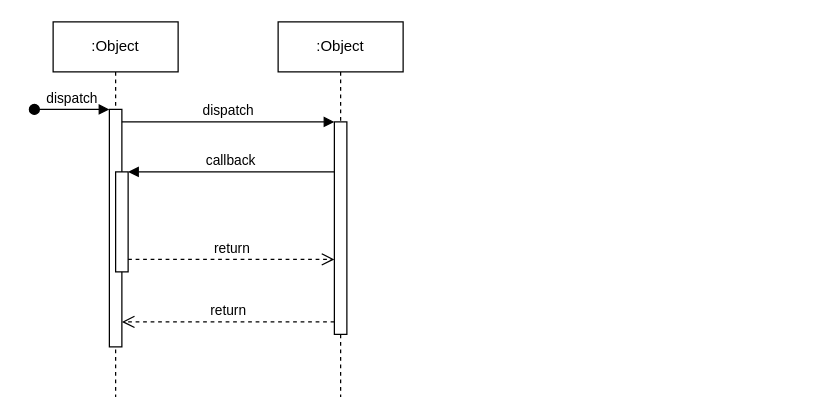
This is Diagrama sem nome.drawio from LizReis/Plataforma-Distribuida-SI, a draw.io file, before an edit. Source tidied: cells renumbered, new cells numbered last; positions are measured from the earlier drawing's top-left corner, leaving out a move shared by most shapes. Both pictures are drawn from the tidied source at 125%, with x=0, y=0 at pixel (34, 21).
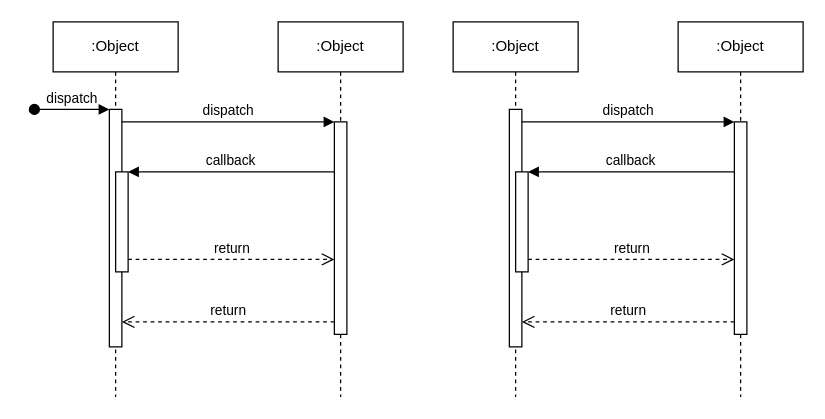
After the change.

The edit, as a diff of the source:
```diff
@@
+    <mxCell id="12" value=":Object" style="shape=umlLifeline;perimeter=lifelinePerimeter;whiteSpace=wrap;html=1;newEdgeStyle={&quot;edgeStyle&quot;:&quot;elbowEdgeStyle&quot;,&quot;elbow&quot;:&quot;vertical&quot;,&quot;curved&quot;:0,&quot;rounded&quot;:0};" parent="1" vertex="1">
+      <mxGeometry x="335" width="100" height="300" as="geometry" />
+    </mxCell>
+    <mxCell id="13" style="html=1;points=[];perimeter=orthogonalPerimeter;outlineConnect=0;targetShapes=umlLifeline;portConstraint=eastwest;newEdgeStyle={&quot;edgeStyle&quot;:&quot;elbowEdgeStyle&quot;,&quot;elbow&quot;:&quot;vertical&quot;,&quot;curved&quot;:0,&quot;rounded&quot;:0};" parent="12" vertex="1">
+      <mxGeometry x="45" y="70" width="10" height="190" as="geometry" />
+    </mxCell>
+    <mxCell id="14" style="html=1;points=[];perimeter=orthogonalPerimeter;outlineConnect=0;targetShapes=umlLifeline;portConstraint=eastwest;newEdgeStyle={&quot;edgeStyle&quot;:&quot;elbowEdgeStyle&quot;,&quot;elbow&quot;:&quot;vertical&quot;,&quot;curved&quot;:0,&quot;rounded&quot;:0};" parent="12" vertex="1">
+      <mxGeometry x="50" y="120" width="10" height="80" as="geometry" />
+    </mxCell>
+    <mxCell id="15" value=":Object" style="shape=umlLifeline;perimeter=lifelinePerimeter;whiteSpace=wrap;html=1;newEdgeStyle={&quot;edgeStyle&quot;:&quot;elbowEdgeStyle&quot;,&quot;elbow&quot;:&quot;vertical&quot;,&quot;curved&quot;:0,&quot;rounded&quot;:0};" parent="1" vertex="1">
+      <mxGeometry x="515" width="100" height="300" as="geometry" />
+    </mxCell>
+    <mxCell id="16" style="html=1;points=[];perimeter=orthogonalPerimeter;outlineConnect=0;targetShapes=umlLifeline;portConstraint=eastwest;newEdgeStyle={&quot;edgeStyle&quot;:&quot;elbowEdgeStyle&quot;,&quot;elbow&quot;:&quot;vertical&quot;,&quot;curved&quot;:0,&quot;rounded&quot;:0};" parent="15" vertex="1">
+      <mxGeometry x="45" y="80" width="10" height="170" as="geometry" />
+    </mxCell>
+    <mxCell id="17" value="dispatch" style="html=1;verticalAlign=bottom;endArrow=block;edgeStyle=elbowEdgeStyle;elbow=vertical;curved=0;rounded=0;" parent="1" edge="1" source="13" target="16">
+      <mxGeometry relative="1" as="geometry">
+        <Array as="points">
+          <mxPoint x="475" y="80" />
+        </Array>
+      </mxGeometry>
+    </mxCell>
+    <mxCell id="18" value="return" style="html=1;verticalAlign=bottom;endArrow=open;dashed=1;endSize=8;edgeStyle=elbowEdgeStyle;elbow=vertical;curved=0;rounded=0;" parent="1" edge="1" source="16" target="13">
+      <mxGeometry relative="1" as="geometry">
+        <Array as="points">
+          <mxPoint x="485" y="240" />
+        </Array>
+      </mxGeometry>
+    </mxCell>
+    <mxCell id="19" value="callback" style="html=1;verticalAlign=bottom;endArrow=block;edgeStyle=elbowEdgeStyle;elbow=vertical;curved=0;rounded=0;" parent="1" edge="1" source="16" target="14">
+      <mxGeometry relative="1" as="geometry">
+        <Array as="points">
+          <mxPoint x="485" y="120" />
+        </Array>
+      </mxGeometry>
+    </mxCell>
+    <mxCell id="20" value="return" style="html=1;verticalAlign=bottom;endArrow=open;dashed=1;endSize=8;edgeStyle=elbowEdgeStyle;elbow=vertical;curved=0;rounded=0;" parent="1" edge="1" source="14" target="16">
+      <mxGeometry relative="1" as="geometry">
+        <Array as="points">
+          <mxPoint x="475" y="190" />
+        </Array>
+      </mxGeometry>
+    </mxCell>
```
